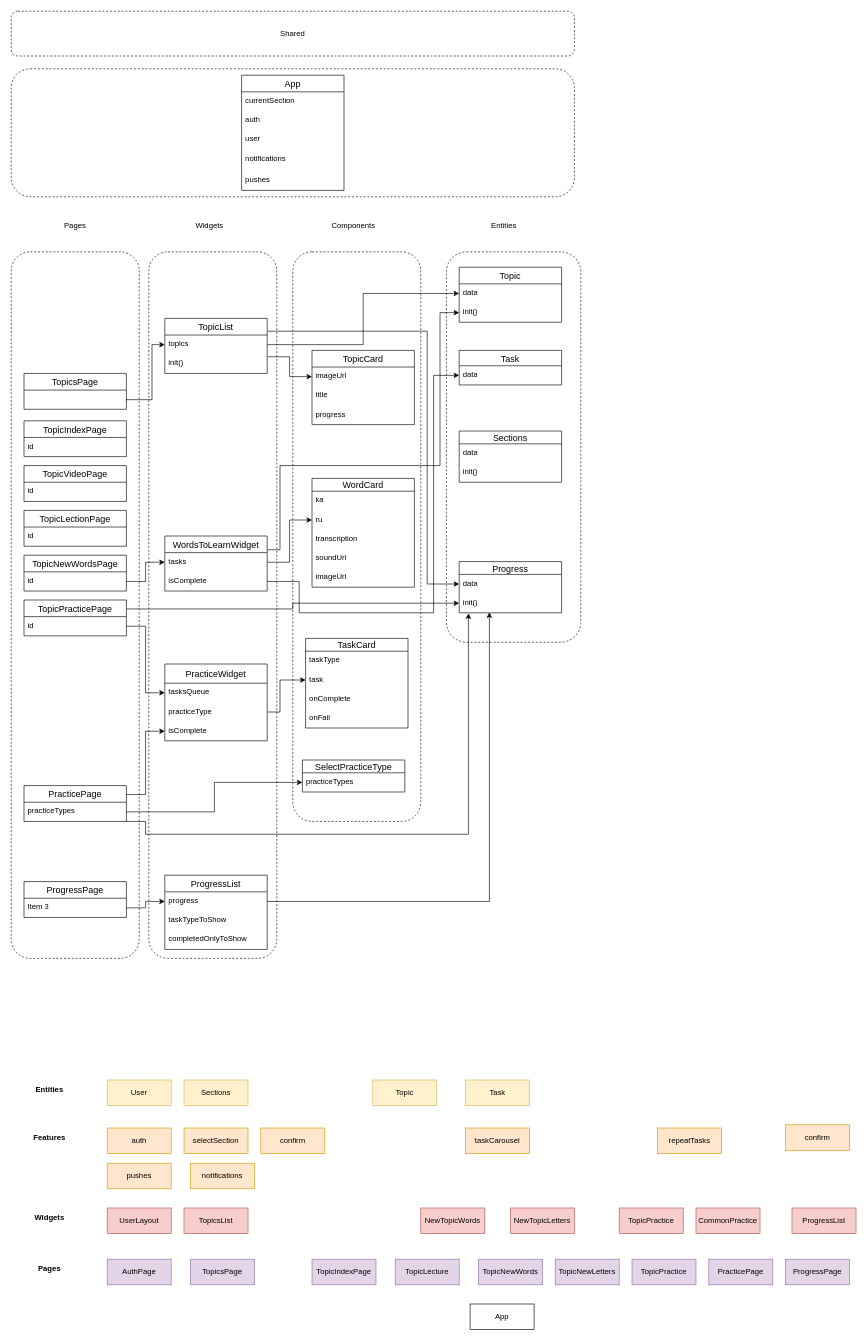
Before: geo-app.drawio in Ascold2017/geo-app, a draw.io diagram. Source tidied: cells renumbered, new cells numbered last; positions are measured from the earlier drawing's top-left corner, leaving out a move shared by most shapes. Both pictures are drawn from the tidied source at 64%, with x=0, y=0 at pixel (11, 11).
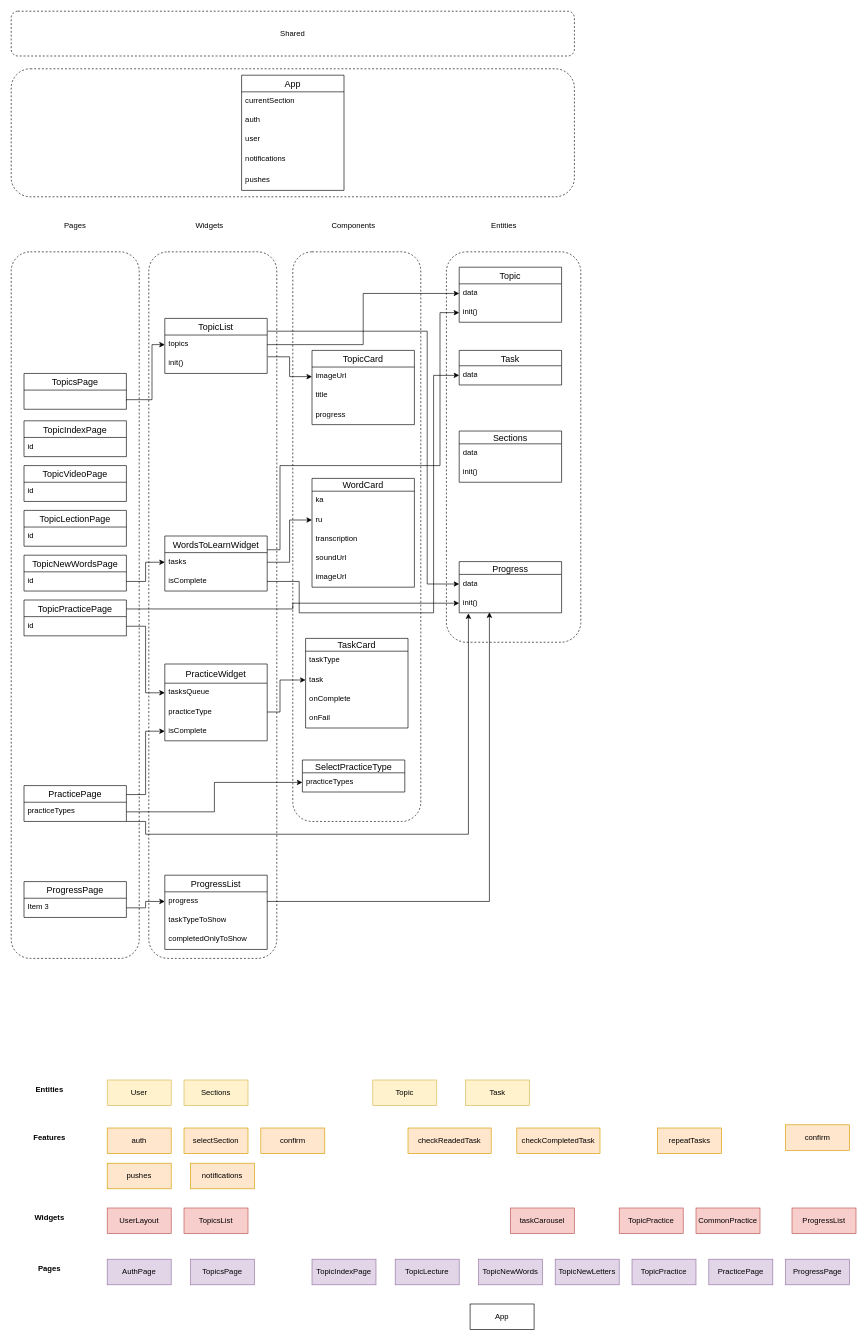
Above is the later version.

Diff of the diagram source:
```diff
@@
-    <mxCell id="111" value="NewTopicWords" style="whiteSpace=wrap;html=1;align=center;fillColor=#f8cecc;strokeColor=#b85450;" parent="1" vertex="1">
-      <mxGeometry x="640" y="1870" width="100" height="40" as="geometry" />
-    </mxCell>
-    <mxCell id="112" value="NewTopicLetters" style="whiteSpace=wrap;html=1;align=center;fillColor=#f8cecc;strokeColor=#b85450;" parent="1" vertex="1">
-      <mxGeometry x="780" y="1870" width="100" height="40" as="geometry" />
-    </mxCell>
-    <mxCell id="113" value="taskCarousel" style="whiteSpace=wrap;html=1;align=center;fillColor=#ffe6cc;strokeColor=#d79b00;" parent="1" vertex="1">
-      <mxGeometry x="710" y="1745" width="100" height="40" as="geometry" />
+    <mxCell id="113" value="taskCarousel" style="whiteSpace=wrap;html=1;align=center;fillColor=#f8cecc;strokeColor=#b85450;" parent="1" vertex="1">
+      <mxGeometry x="780" y="1870" width="100" height="40" as="geometry" />
     </mxCell>
@@
+    <mxCell id="124" value="checkReadedTask" style="whiteSpace=wrap;html=1;align=center;fillColor=#ffe6cc;strokeColor=#d79b00;" parent="1" vertex="1">
+      <mxGeometry x="620" y="1745" width="130" height="40" as="geometry" />
+    </mxCell>
+    <mxCell id="125" value="checkCompletedTask" style="whiteSpace=wrap;html=1;align=center;fillColor=#ffe6cc;strokeColor=#d79b00;" parent="1" vertex="1">
+      <mxGeometry x="790" y="1745" width="130" height="40" as="geometry" />
+    </mxCell>
```
